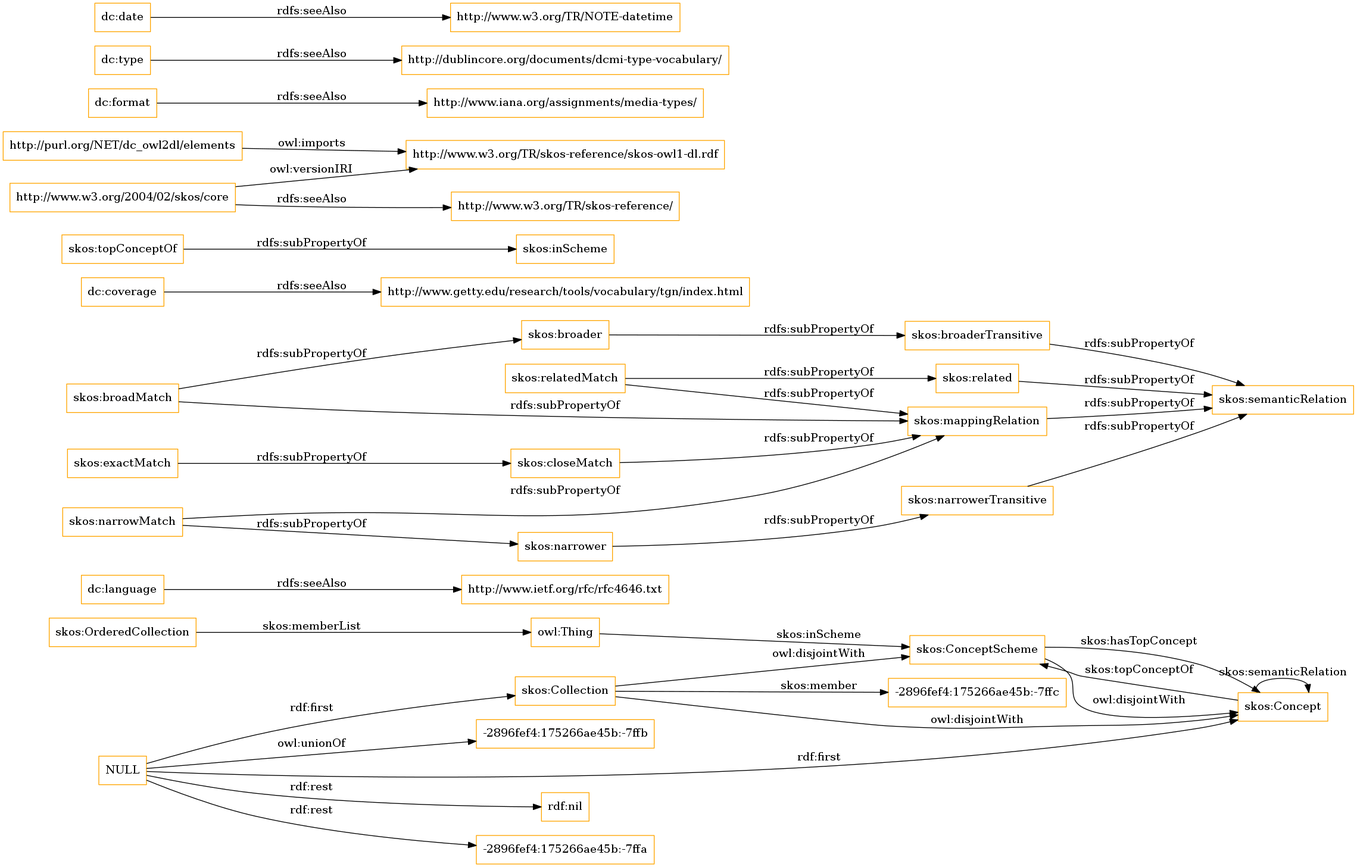
OnToologyUser/core-ontology-1 keeps this Graphviz diagram as OnToology/imports/elements.owl/diagrams/ar2dtool-class/elements.owl.png. Above is the earlier version. Its source is kept beside it as OnToology/imports/elements.owl/diagrams/ar2dtool-class/elements.owl.png.dot.
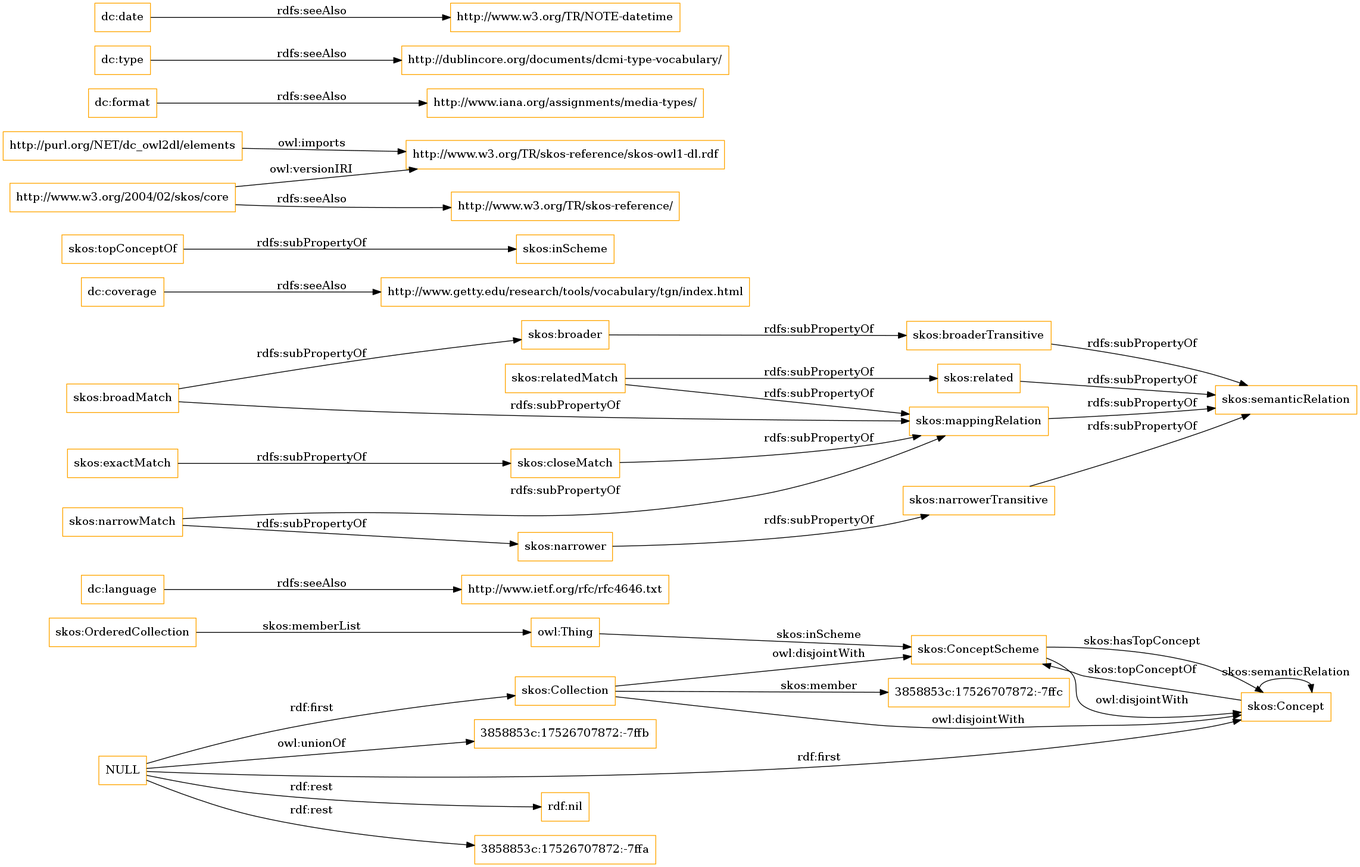
The same file after the commit.

What changed in the source:
```diff
@@ -1,13 +1,13 @@
 digraph ar2dtool_diagram {
 rankdir=LR;
 size="1501"
-node [shape = rectangle, color="orange"]; "-2896fef4:175266ae45b:-7ffc" "skos:OrderedCollection" "skos:Collection" "skos:ConceptScheme" "skos:Concept" ; /*classes style*/
+node [shape = rectangle, color="orange"]; "3858853c:17526707872:-7ffc" "skos:OrderedCollection" "skos:Collection" "skos:ConceptScheme" "skos:Concept" ; /*classes style*/
 	"dc:language" -> "http://www.ietf.org/rfc/rfc4646.txt" [ label = "rdfs:seeAlso" ];
 	"NULL" -> "rdf:nil" [ label = "rdf:rest" ];
 	"NULL" -> "skos:Collection" [ label = "rdf:first" ];
-	"NULL" -> "-2896fef4:175266ae45b:-7ffa" [ label = "rdf:rest" ];
+	"NULL" -> "3858853c:17526707872:-7ffa" [ label = "rdf:rest" ];
 	"NULL" -> "skos:Concept" [ label = "rdf:first" ];
-	"NULL" -> "-2896fef4:175266ae45b:-7ffb" [ label = "owl:unionOf" ];
+	"NULL" -> "3858853c:17526707872:-7ffb" [ label = "owl:unionOf" ];
 	"skos:closeMatch" -> "skos:mappingRelation" [ label = "rdfs:subPropertyOf" ];
 	"dc:coverage" -> "http://www.getty.edu/research/tools/vocabulary/tgn/index.html" [ label = "rdfs:seeAlso" ];
 	"skos:relatedMatch" -> "skos:related" [ label = "rdfs:subPropertyOf" ];
@@ -36,7 +36,7 @@
 	"skos:OrderedCollection" -> "owl:Thing" [ label = "skos:memberList" ];
 	"skos:Concept" -> "skos:ConceptScheme" [ label = "skos:topConceptOf" ];
 	"skos:Concept" -> "skos:Concept" [ label = "skos:semanticRelation" ];
-	"skos:Collection" -> "-2896fef4:175266ae45b:-7ffc" [ label = "skos:member" ];
+	"skos:Collection" -> "3858853c:17526707872:-7ffc" [ label = "skos:member" ];
 	"skos:ConceptScheme" -> "skos:Concept" [ label = "skos:hasTopConcept" ];
 	"owl:Thing" -> "skos:ConceptScheme" [ label = "skos:inScheme" ];
 
```
